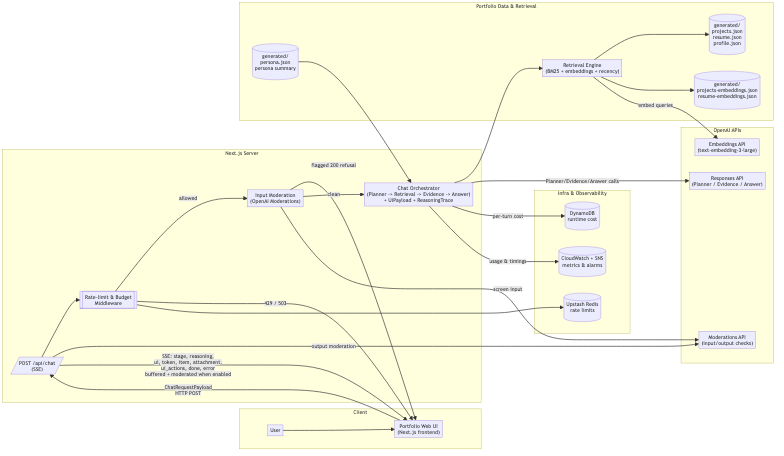
Earlier version of the Mermaid export generated-diagrams/portfolio-chat-architecture.png (Volpestyle/portfolio). Its source is kept beside it as generated-diagrams/portfolio-chat-architecture.mmd.
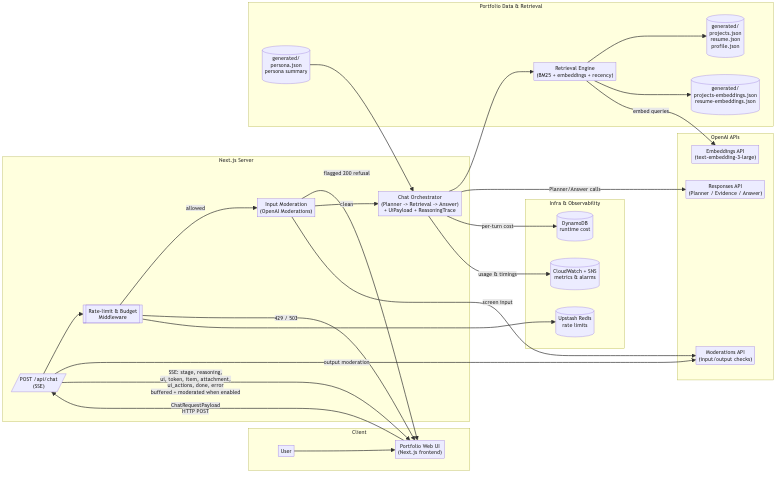
Above is the later version.

Commit message:
docs(chat): update diagrams for simplified pipeline

The edit, as a diff of the source:
```diff
@@ -9,7 +9,7 @@
     API[/"POST /api/chat\n(SSE)"/]
     MIDDLEWARE[["Rate-limit & Budget\nMiddleware"]]
     MOD_IN["Input Moderation\n(OpenAI Moderations)"]
-    ORCH["Chat Orchestrator\n(Planner -> Retrieval -> Evidence -> Answer)\n+ UiPayload + ReasoningTrace"]
+    ORCH["Chat Orchestrator\n(Planner -> Retrieval -> Answer)\n+ UiPayload + ReasoningTrace"]
   end
 
   subgraph DATA["Portfolio Data & Retrieval"]
@@ -44,7 +44,7 @@
   RETRIEVAL -->|embed queries| EMB
   PERSONA --> ORCH
 
-  ORCH -->|Planner/Evidence/Answer calls| LLM
+  ORCH -->|Planner/Answer calls| LLM
   MOD_IN -->|screen input| MOD_API
   API -->|output moderation| MOD_API
 
```
